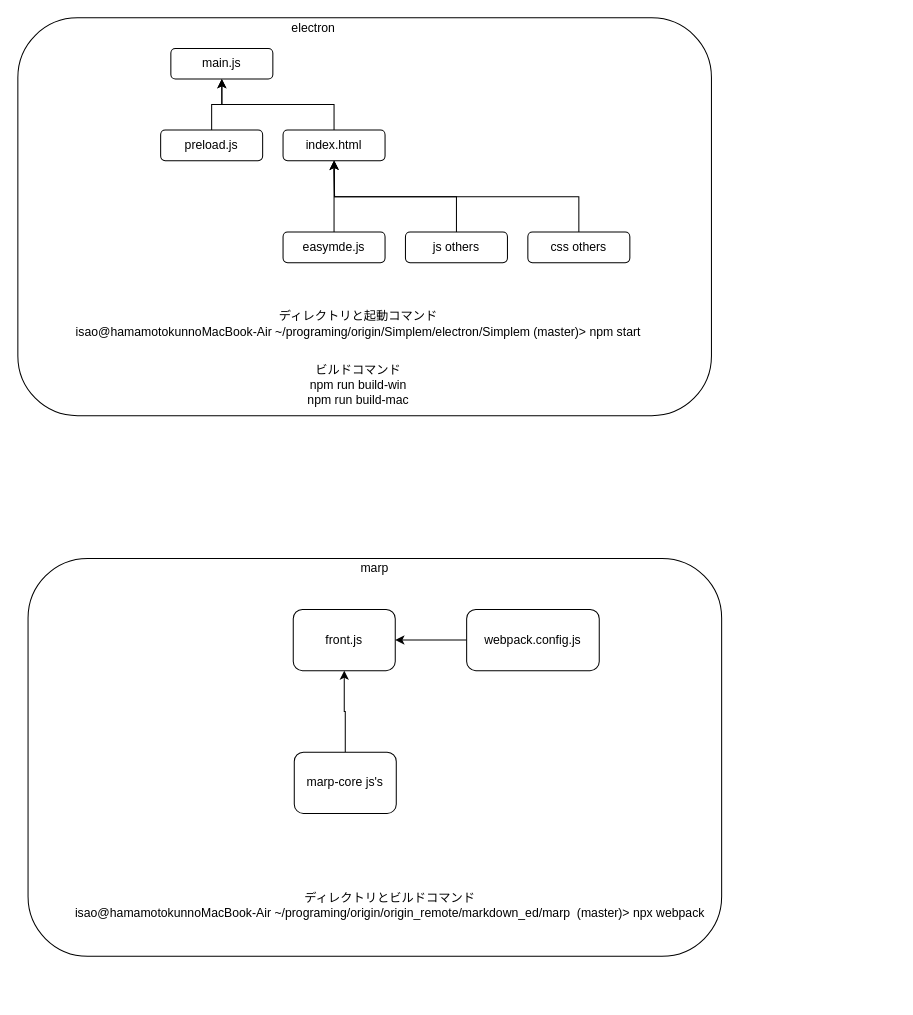
isahamawan/Simplem keeps this draw.io diagram as electron/Simplem/構成図.drawio. Above is the earlier version. Source tidied: cells renumbered, new cells numbered last; positions are measured from the earlier drawing's top-left corner, leaving out a move shared by most shapes. Both pictures are drawn from the tidied source at 102%, with x=0, y=0 at pixel (17, 17).
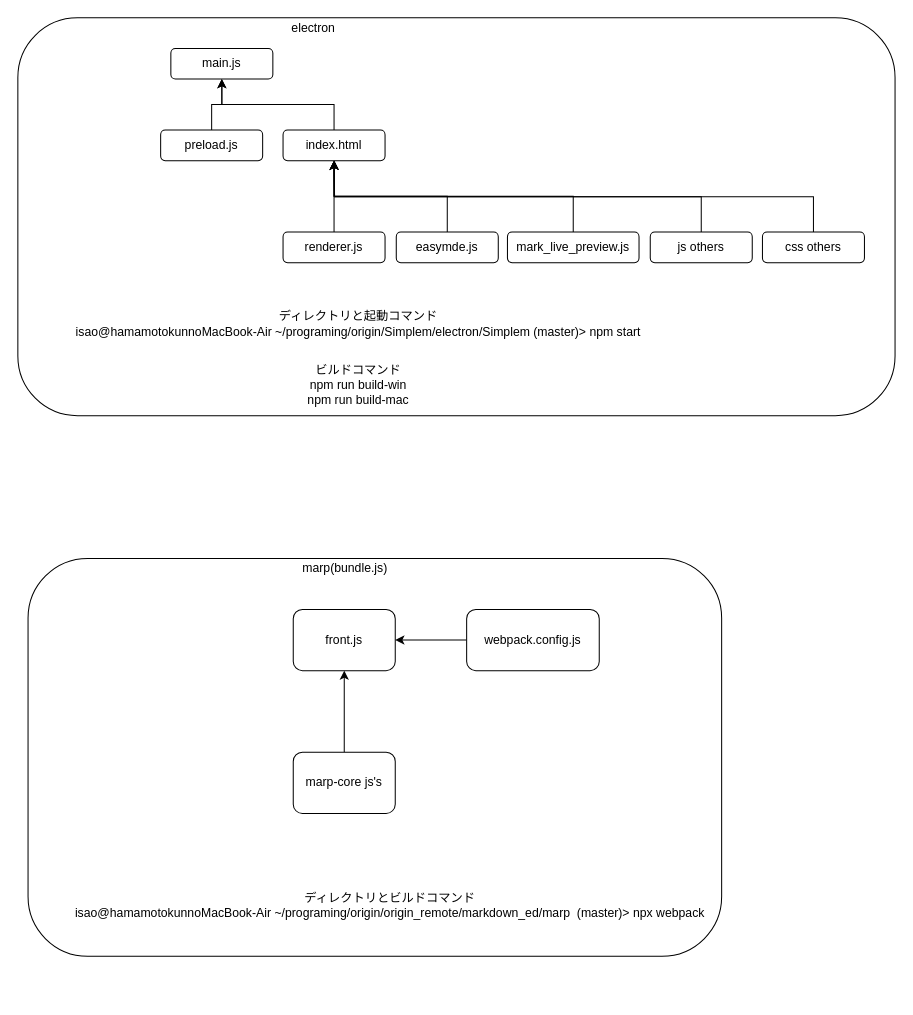
The same diagram, later.

Unchanged cells that the change refers to:
```xml
<mxCell id="4" value="index.html" style="rounded=1;whiteSpace=wrap;html=1;" parent="1" vertex="1">
  <mxGeometry x="260" y="110" width="100" height="30" as="geometry" />
</mxCell>
```

Diff of the diagram source:
```diff
@@
     <mxCell id="2" style="rounded=1;whiteSpace=wrap;html=1;" parent="1" vertex="1">
-      <mxGeometry width="680" height="390" as="geometry" />
+      <mxGeometry width="860" height="390" as="geometry" />
     </mxCell>
@@
     <mxCell id="9" value="easymde.js" style="rounded=1;whiteSpace=wrap;html=1;" parent="1" vertex="1">
-      <mxGeometry x="260" y="210" width="100" height="30" as="geometry" />
+      <mxGeometry x="371" y="210" width="100" height="30" as="geometry" />
     </mxCell>
@@
     <mxCell id="11" value="js others" style="rounded=1;whiteSpace=wrap;html=1;" parent="1" vertex="1">
-      <mxGeometry x="380" y="210" width="100" height="30" as="geometry" />
+      <mxGeometry x="620" y="210" width="100" height="30" as="geometry" />
     </mxCell>
@@
     <mxCell id="13" value="css others" style="rounded=1;whiteSpace=wrap;html=1;" parent="1" vertex="1">
-      <mxGeometry x="500" y="210" width="100" height="30" as="geometry" />
+      <mxGeometry x="730" y="210" width="100" height="30" as="geometry" />
     </mxCell>
@@
-    <mxCell id="17" value="marp" style="text;html=1;strokeColor=none;fillColor=none;align=center;verticalAlign=middle;whiteSpace=wrap;rounded=0;" parent="1" vertex="1">
-      <mxGeometry x="330" y="530" width="40" height="20" as="geometry" />
+    <mxCell id="17" value="marp(bundle.js)" style="text;html=1;strokeColor=none;fillColor=none;align=center;verticalAlign=middle;whiteSpace=wrap;rounded=0;" parent="1" vertex="1">
+      <mxGeometry x="256" y="530" width="130" height="20" as="geometry" />
     </mxCell>
@@
     <mxCell id="23" value="marp-core js's" style="rounded=1;whiteSpace=wrap;html=1;" parent="1" vertex="1">
-      <mxGeometry x="271" y="720" width="100" height="60" as="geometry" />
+      <mxGeometry x="270" y="720" width="100" height="60" as="geometry" />
     </mxCell>
@@
+    <mxCell id="25" style="edgeStyle=orthogonalEdgeStyle;rounded=0;jettySize=auto;html=1;exitX=0.5;exitY=0;exitDx=0;exitDy=0;" parent="1" edge="1" source="26">
+      <mxGeometry relative="1" as="geometry">
+        <mxPoint x="310" y="140" as="targetPoint" />
+      </mxGeometry>
+    </mxCell>
+    <mxCell id="26" value="renderer.js" style="rounded=1;whiteSpace=wrap;html=1;" parent="1" vertex="1">
+      <mxGeometry x="260" y="210" width="100" height="30" as="geometry" />
+    </mxCell>
+    <mxCell id="27" style="edgeStyle=orthogonalEdgeStyle;rounded=0;jettySize=auto;html=1;exitX=0.5;exitY=0;exitDx=0;exitDy=0;entryX=0.5;entryY=1;entryDx=0;entryDy=0;" parent="1" edge="1" source="28" target="4">
+      <mxGeometry relative="1" as="geometry" />
+    </mxCell>
+    <mxCell id="28" value="mark_live_preview.js" style="rounded=1;whiteSpace=wrap;html=1;" parent="1" vertex="1">
+      <mxGeometry x="480" y="210" width="129" height="30" as="geometry" />
+    </mxCell>
```
